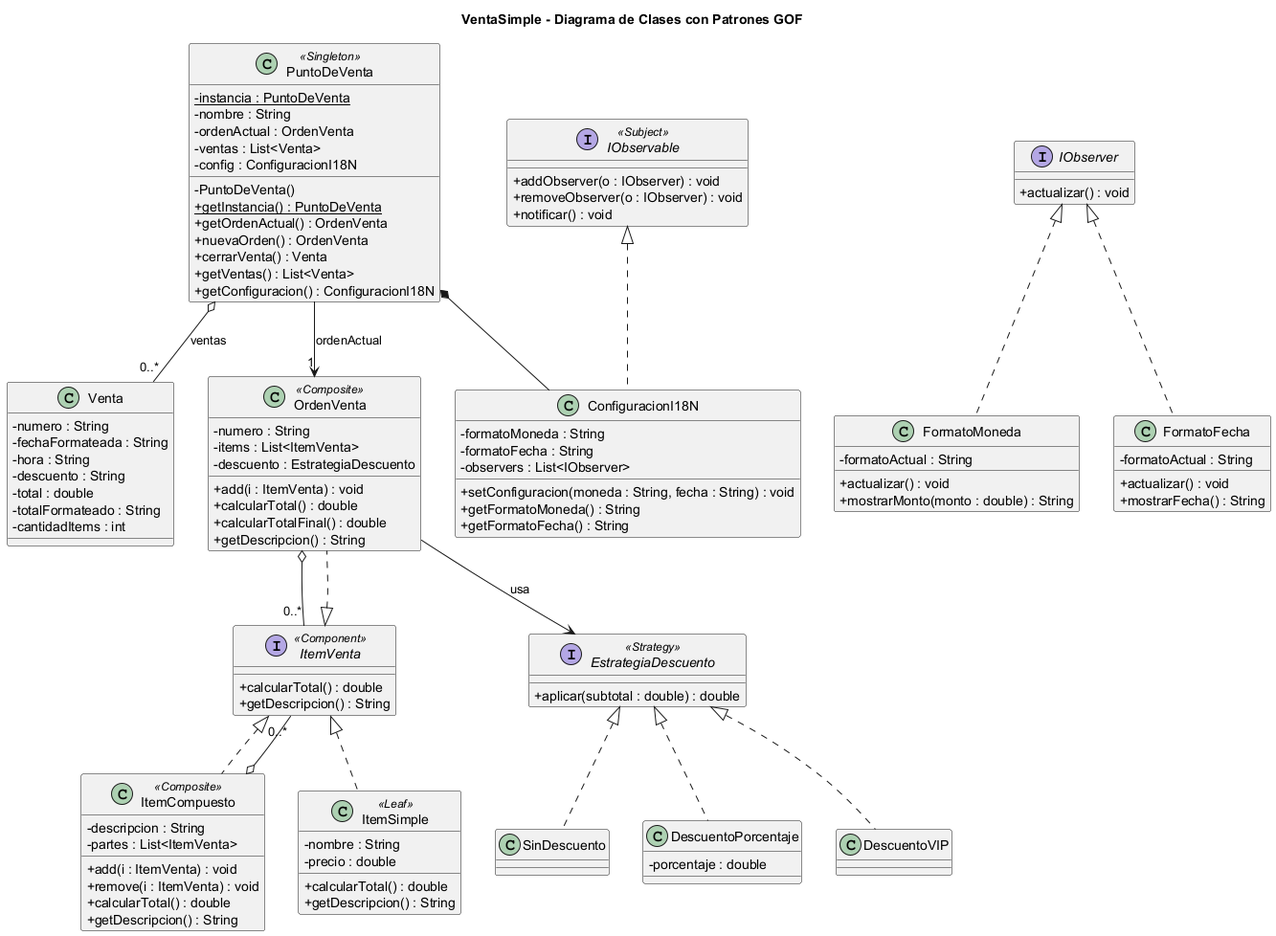
Earlier version of the PlantUML export docs/uml/VentaSimple-Clases.png (santivicente/Items).
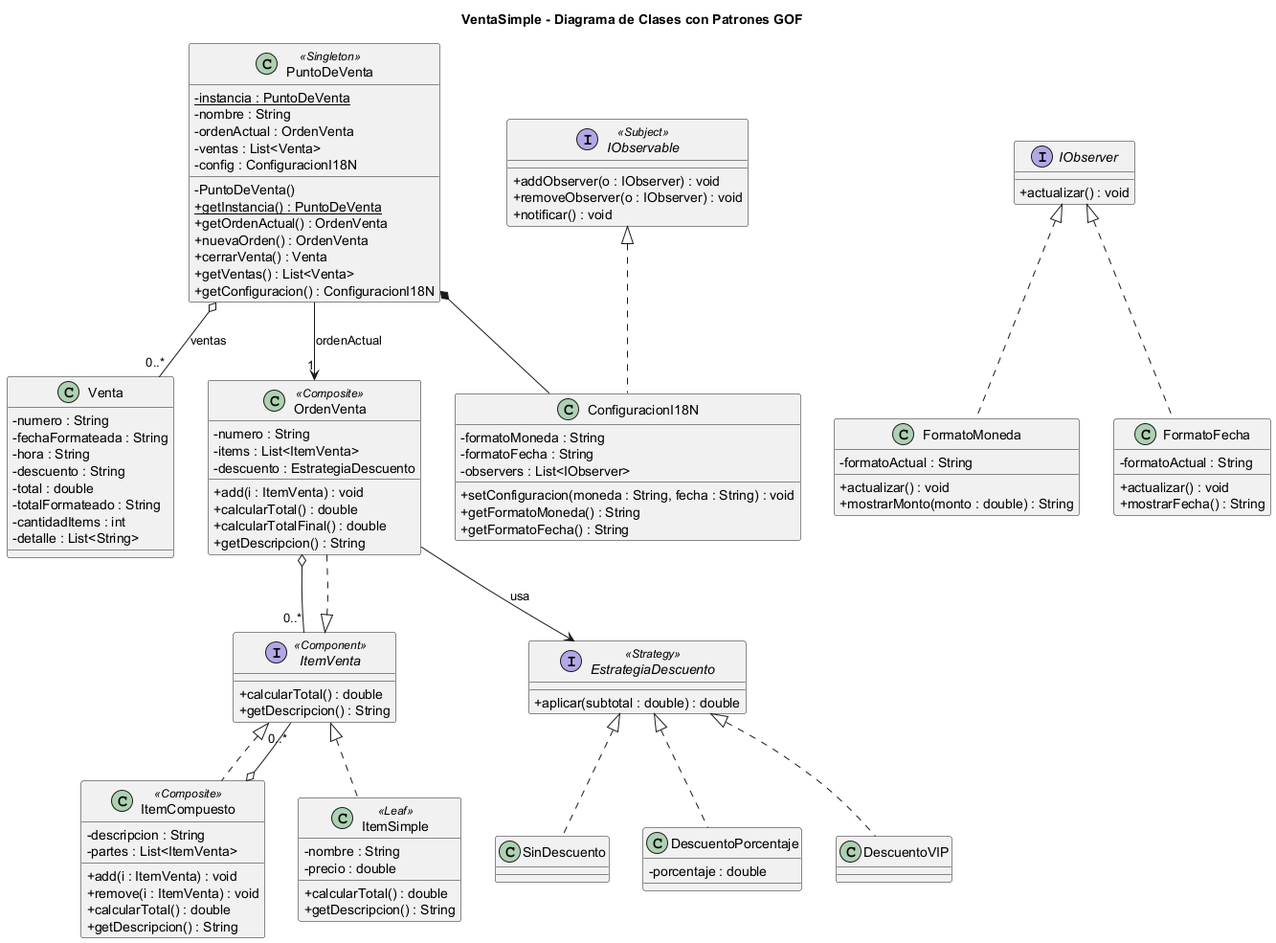
After the commit.

Commit message:
feat: detalle de items por venta en Ventas emitidas (desplegable); Venta guarda el detalle congelado + diagrama actualizado

The edit, as a diff of the source:
```diff
@@ -25,6 +25,7 @@
   - total : double
   - totalFormateado : String
   - cantidadItems : int
+  - detalle : List<String>
 }
 
 interface ItemVenta <<Component>> {
```
